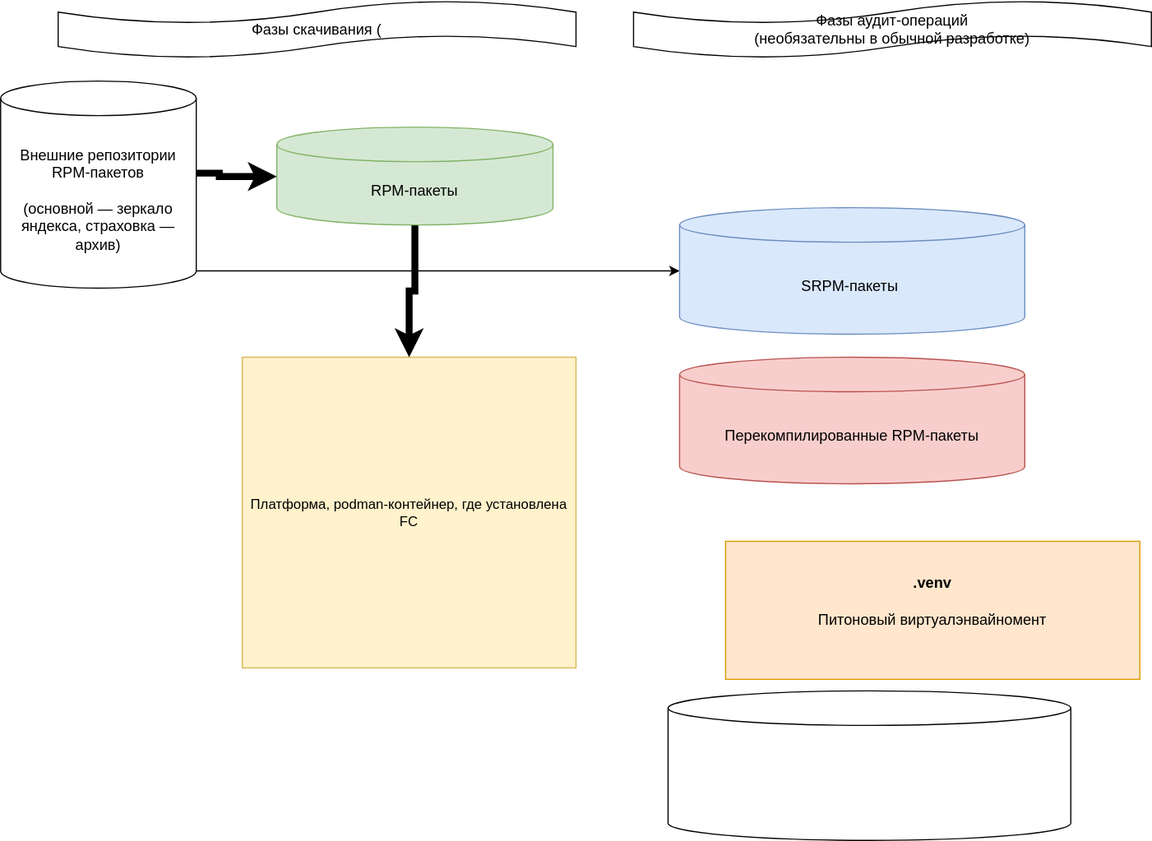
This is docs/ta-concept.drawio.svg from belonesox/terrarium_assembler, a draw.io export, as it was before one commit. Source tidied: cells renumbered, new cells last; positions are measured from the earlier drawing's top-left corner, leaving out a move shared by most shapes.
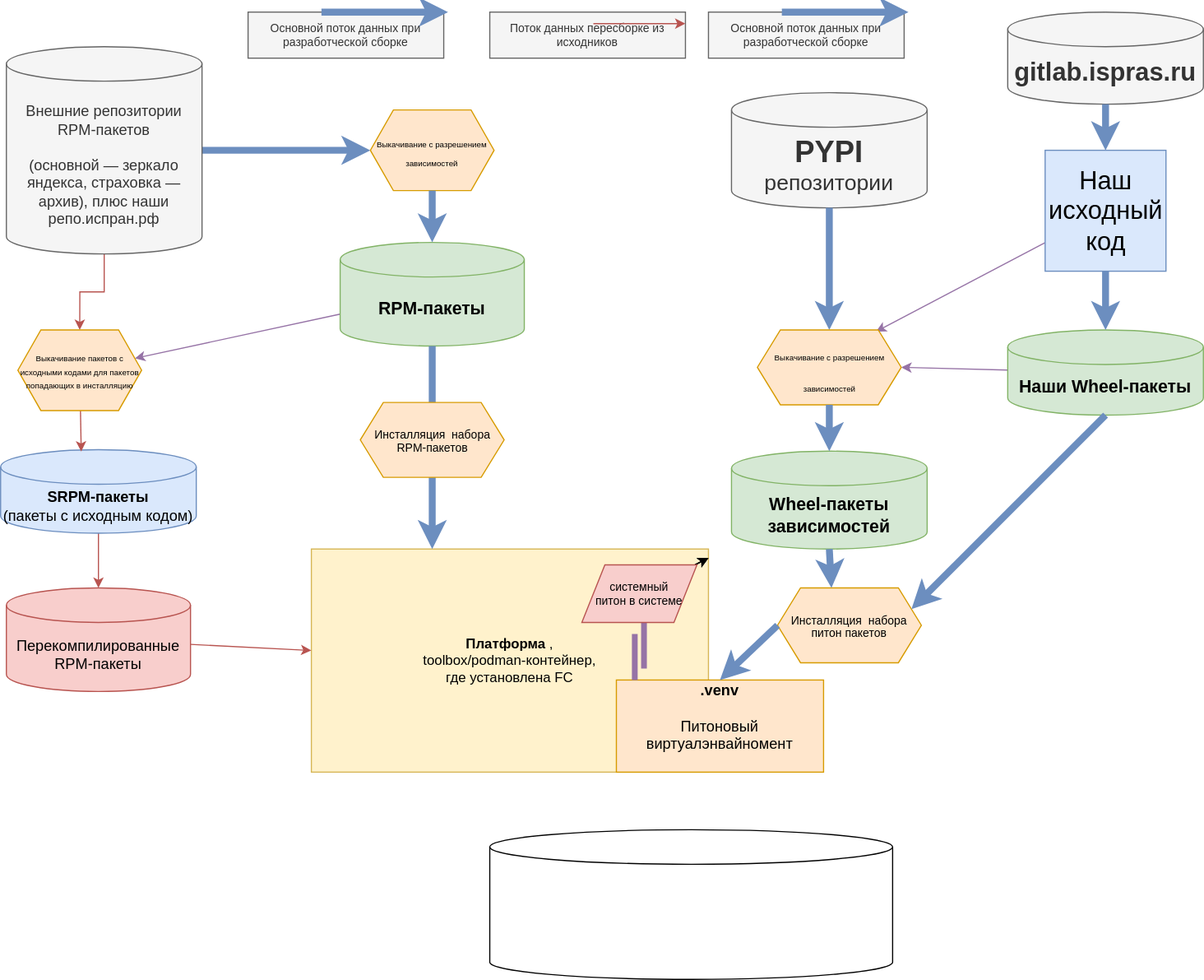
Above is the later version.

Change to the diagram source:
```diff
@@ -2,46 +2,171 @@
   <root>
     <mxCell id="0" />
     <mxCell id="1" parent="0" />
-    <mxCell id="2" value="Платформа, podman-контейнер, где установлена FC" style="rounded=0;whiteSpace=wrap;html=1;fillColor=#fff2cc;strokeColor=#d6b656;" parent="1" vertex="1">
-      <mxGeometry x="210" y="310" width="290" height="270" as="geometry" />
+    <mxCell id="2" value="&lt;font color=&quot;#000000&quot;&gt;&lt;b&gt;Платформа&lt;/b&gt;, &lt;br&gt;toolbox/podman-контейнер, &lt;br&gt;где установлена FC&lt;/font&gt;" style="rounded=0;whiteSpace=wrap;html=1;fillColor=#fff2cc;strokeColor=#d6b656;" parent="1" vertex="1">
+      <mxGeometry x="275" y="456.2" width="345" height="193.8" as="geometry" />
     </mxCell>
-    <mxCell id="3" value="&lt;span style=&quot;font-size: 13px;&quot;&gt;&lt;font style=&quot;font-size: 13px;&quot;&gt;&lt;b&gt;.venv&lt;/b&gt;&lt;br&gt;&lt;br&gt;Питоновый виртуалэнвайномент&lt;br&gt;&lt;br&gt;&lt;/font&gt;&lt;/span&gt;" style="rounded=0;whiteSpace=wrap;html=1;fillColor=#ffe6cc;strokeColor=#d79b00;" parent="1" vertex="1">
-      <mxGeometry x="630" y="470" width="360" height="120" as="geometry" />
+    <mxCell id="3" value="&lt;span style=&quot;font-size: 13px;&quot;&gt;&lt;font style=&quot;font-size: 13px;&quot;&gt;&lt;font color=&quot;#000000&quot;&gt;&lt;b&gt;.venv&lt;/b&gt;&lt;br&gt;&lt;br&gt;Питоновый виртуалэнвайномент&lt;br&gt;&lt;/font&gt;&lt;br&gt;&lt;/font&gt;&lt;/span&gt;" style="rounded=0;whiteSpace=wrap;html=1;fillColor=#ffe6cc;strokeColor=#d79b00;" parent="1" vertex="1">
+      <mxGeometry x="540" y="570" width="180" height="80" as="geometry" />
     </mxCell>
-    <mxCell id="4" style="edgeStyle=orthogonalEdgeStyle;rounded=0;jettySize=auto;html=1;fontSize=13;strokeWidth=6;" parent="1" edge="1" source="5" target="2">
-      <mxGeometry relative="1" as="geometry" />
+    <mxCell id="4" style="edgeStyle=orthogonalEdgeStyle;rounded=0;jettySize=auto;html=1;fontSize=13;strokeWidth=6;fillColor=#dae8fc;strokeColor=#6c8ebf;startArrow=none;" parent="1" edge="1" source="43" target="2">
+      <mxGeometry relative="1" as="geometry">
+        <Array as="points">
+          <mxPoint x="380" y="340" />
+          <mxPoint x="380" y="340" />
+        </Array>
+      </mxGeometry>
     </mxCell>
+    <mxCell id="14" style="edgeStyle=none;html=1;fontSize=7;fontColor=#000000;fillColor=#e1d5e7;strokeColor=#9673a6;" parent="1" edge="1" source="5" target="29">
+      <mxGeometry relative="1" as="geometry" />
+    </mxCell>
-    <mxCell id="5" value="RPM-пакеты" style="shape=cylinder3;whiteSpace=wrap;html=1;boundedLbl=1;backgroundOutline=1;size=15;fontSize=13;fillColor=#d5e8d4;strokeColor=#82b366;" parent="1" vertex="1">
-      <mxGeometry x="240" y="110" width="240" height="85" as="geometry" />
+    <mxCell id="5" value="&lt;h3&gt;&lt;font color=&quot;#000000&quot;&gt;RPM-пакеты&lt;/font&gt;&lt;/h3&gt;" style="shape=cylinder3;whiteSpace=wrap;html=1;boundedLbl=1;backgroundOutline=1;size=15;fontSize=13;fillColor=#d5e8d4;strokeColor=#82b366;" parent="1" vertex="1">
+      <mxGeometry x="300" y="190" width="160" height="90" as="geometry" />
     </mxCell>
+    <mxCell id="15" style="edgeStyle=none;html=1;fontSize=22;fontColor=#000000;fillColor=#f8cecc;strokeColor=#b85450;" parent="1" edge="1" source="6" target="2">
+      <mxGeometry relative="1" as="geometry" />
+    </mxCell>
-    <mxCell id="6" value="&lt;span style=&quot;&quot;&gt;Перекомпилированные RPM-пакеты&lt;/span&gt;" style="shape=cylinder3;whiteSpace=wrap;html=1;boundedLbl=1;backgroundOutline=1;size=15;fontSize=13;fillColor=#f8cecc;strokeColor=#b85450;" parent="1" vertex="1">
-      <mxGeometry x="590" y="310" width="300" height="110" as="geometry" />
+    <mxCell id="6" value="&lt;span style=&quot;&quot;&gt;&lt;font color=&quot;#000000&quot;&gt;Перекомпилированные RPM-пакеты&lt;/font&gt;&lt;/span&gt;" style="shape=cylinder3;whiteSpace=wrap;html=1;boundedLbl=1;backgroundOutline=1;size=15;fontSize=13;fillColor=#f8cecc;strokeColor=#b85450;" parent="1" vertex="1">
+      <mxGeometry x="10" y="490" width="160" height="90" as="geometry" />
     </mxCell>
     <mxCell id="7" style="shape=cylinder3;whiteSpace=wrap;html=1;boundedLbl=1;backgroundOutline=1;size=15;fontSize=13;" parent="1" vertex="1">
-      <mxGeometry x="580" y="600" width="350" height="130" as="geometry" />
+      <mxGeometry x="430" y="700" width="350" height="130" as="geometry" />
     </mxCell>
-    <mxCell id="8" style="edgeStyle=orthogonalEdgeStyle;rounded=0;jettySize=auto;html=1;fontSize=13;strokeWidth=6;" parent="1" edge="1" source="10" target="5">
-      <mxGeometry relative="1" as="geometry">
-        <Array as="points">
-          <mxPoint x="190" y="150" />
-          <mxPoint x="190" y="153" />
-        </Array>
-      </mxGeometry>
+    <mxCell id="8" style="edgeStyle=orthogonalEdgeStyle;rounded=0;jettySize=auto;html=1;fontSize=13;strokeWidth=6;entryX=0;entryY=0.5;entryDx=0;entryDy=0;fillColor=#dae8fc;strokeColor=#6c8ebf;" parent="1" edge="1" source="10" target="30">
+      <mxGeometry relative="1" as="geometry" />
     </mxCell>
-    <mxCell id="9" style="edgeStyle=orthogonalEdgeStyle;rounded=0;jettySize=auto;html=1;exitX=1;exitY=1;exitDx=0;exitDy=-15;exitPerimeter=0;fontSize=13;" parent="1" edge="1" source="10" target="11">
+    <mxCell id="9" style="edgeStyle=orthogonalEdgeStyle;rounded=0;jettySize=auto;html=1;exitX=0.5;exitY=1;exitDx=0;exitDy=0;exitPerimeter=0;fontSize=13;entryX=0.5;entryY=0;entryDx=0;entryDy=0;fillColor=#f8cecc;strokeColor=#b85450;" parent="1" edge="1" source="10" target="29">
       <mxGeometry relative="1" as="geometry" />
     </mxCell>
-    <mxCell id="10" value="Внешние репозитории RPM-пакетов&lt;br&gt;&lt;br&gt;(основной — зеркало яндекса, страховка — архив)" style="shape=cylinder3;whiteSpace=wrap;html=1;boundedLbl=1;backgroundOutline=1;size=15;fontSize=13;" parent="1" vertex="1">
-      <mxGeometry y="70" width="170" height="180" as="geometry" />
+    <mxCell id="10" value="Внешние репозитории RPM-пакетов&lt;br&gt;&lt;br&gt;(основной — зеркало яндекса, страховка — архив), плюс наши &lt;br&gt;репо.испран.рф" style="shape=cylinder3;whiteSpace=wrap;html=1;boundedLbl=1;backgroundOutline=1;size=15;fontSize=13;fillColor=#f5f5f5;fontColor=#333333;strokeColor=#666666;" parent="1" vertex="1">
+      <mxGeometry x="10" y="20" width="170" height="180" as="geometry" />
     </mxCell>
+    <mxCell id="16" style="edgeStyle=none;html=1;entryX=0.5;entryY=0;entryDx=0;entryDy=0;entryPerimeter=0;fontSize=19;fontColor=#000000;fillColor=#f8cecc;strokeColor=#b85450;" parent="1" edge="1" source="11" target="6">
+      <mxGeometry relative="1" as="geometry" />
+    </mxCell>
-    <mxCell id="11" value="SRPM-пакеты&amp;nbsp;" style="shape=cylinder3;whiteSpace=wrap;html=1;boundedLbl=1;backgroundOutline=1;size=15;fontSize=13;fillColor=#dae8fc;strokeColor=#6c8ebf;" parent="1" vertex="1">
-      <mxGeometry x="590" y="180" width="300" height="110" as="geometry" />
+    <mxCell id="11" value="&lt;font color=&quot;#000000&quot;&gt;&lt;b&gt;SRPM-пакеты&lt;/b&gt;&lt;br&gt;(пакеты с исходным кодом)&amp;nbsp;&lt;/font&gt;" style="shape=cylinder3;whiteSpace=wrap;html=1;boundedLbl=1;backgroundOutline=1;size=15;fontSize=13;fillColor=#dae8fc;strokeColor=#6c8ebf;" parent="1" vertex="1">
+      <mxGeometry x="5" y="370" width="170" height="72.5" as="geometry" />
     </mxCell>
-    <mxCell id="12" value="Фазы скачивания (" style="shape=tape;whiteSpace=wrap;html=1;fontSize=13;" parent="1" vertex="1">
-      <mxGeometry x="50" width="450" height="50" as="geometry" />
-    </mxCell>
-    <mxCell id="13" value="Фазы аудит-операций&lt;br&gt;(необязательны в обычной разработке)" style="shape=tape;whiteSpace=wrap;html=1;fontSize=13;" parent="1" vertex="1">
-      <mxGeometry x="550" width="450" height="50" as="geometry" />
-    </mxCell>
+    <mxCell id="17" value="&lt;font style=&quot;&quot;&gt;&lt;span style=&quot;font-weight: bold; font-size: 26px;&quot;&gt;PYPI&lt;/span&gt;&lt;br&gt;&lt;font style=&quot;font-size: 19px;&quot;&gt;репозитории&lt;/font&gt;&lt;br&gt;&lt;/font&gt;" style="shape=cylinder3;whiteSpace=wrap;html=1;boundedLbl=1;backgroundOutline=1;size=15;fontSize=13;fillColor=#f5f5f5;fontColor=#333333;strokeColor=#666666;" parent="1" vertex="1">
+      <mxGeometry x="640" y="60" width="170" height="100" as="geometry" />
+    </mxCell>
+    <mxCell id="18" value="&lt;h2&gt;&lt;font style=&quot;font-size: 22px;&quot;&gt;gitlab.ispras.ru&lt;/font&gt;&lt;/h2&gt;" style="shape=cylinder3;whiteSpace=wrap;html=1;boundedLbl=1;backgroundOutline=1;size=15;fontSize=13;fillColor=#f5f5f5;fontColor=#333333;strokeColor=#666666;" parent="1" vertex="1">
+      <mxGeometry x="880" y="-10" width="170" height="80" as="geometry" />
+    </mxCell>
+    <mxCell id="19" style="edgeStyle=none;html=1;entryX=0.824;entryY=0.023;entryDx=0;entryDy=0;entryPerimeter=0;fontSize=7;fontColor=#000000;fillColor=#e1d5e7;strokeColor=#9673a6;" parent="1" edge="1" source="20" target="27">
+      <mxGeometry relative="1" as="geometry" />
+    </mxCell>
+    <mxCell id="20" value="&lt;font color=&quot;#000000&quot;&gt;Наш исходный код&lt;/font&gt;" style="whiteSpace=wrap;html=1;fontSize=22;fillColor=#dae8fc;strokeColor=#6c8ebf;" parent="1" vertex="1">
+      <mxGeometry x="912.5" y="110" width="105" height="105" as="geometry" />
+    </mxCell>
+    <mxCell id="21" value="&lt;h3&gt;&lt;font color=&quot;#000000&quot;&gt;Wheel-пакеты &lt;br&gt;зависимостей&lt;/font&gt;&lt;/h3&gt;" style="shape=cylinder3;whiteSpace=wrap;html=1;boundedLbl=1;backgroundOutline=1;size=15;fontSize=13;fillColor=#d5e8d4;strokeColor=#82b366;" parent="1" vertex="1">
+      <mxGeometry x="640" y="371.2" width="170" height="85" as="geometry" />
+    </mxCell>
+    <mxCell id="22" style="rounded=0;jettySize=auto;html=1;fontSize=13;strokeWidth=6;entryX=0.5;entryY=0;entryDx=0;entryDy=0;fillColor=#dae8fc;strokeColor=#6c8ebf;" parent="1" edge="1" source="17" target="27">
+      <mxGeometry relative="1" as="geometry" />
+    </mxCell>
+    <mxCell id="23" style="rounded=0;jettySize=auto;html=1;fontSize=13;strokeWidth=6;exitX=0.5;exitY=1;exitDx=0;exitDy=0;exitPerimeter=0;entryX=0.5;entryY=0;entryDx=0;entryDy=0;fillColor=#dae8fc;strokeColor=#6c8ebf;" parent="1" edge="1" source="18" target="20">
+      <mxGeometry relative="1" as="geometry" />
+    </mxCell>
+    <mxCell id="24" style="edgeStyle=none;html=1;entryX=1;entryY=0.5;entryDx=0;entryDy=0;fontSize=7;fontColor=#000000;fillColor=#e1d5e7;strokeColor=#9673a6;" parent="1" edge="1" source="25" target="27">
+      <mxGeometry relative="1" as="geometry" />
+    </mxCell>
+    <mxCell id="25" value="&lt;h3&gt;&lt;font color=&quot;#000000&quot;&gt;Наши Wheel-пакеты&lt;br&gt;&lt;/font&gt;&lt;/h3&gt;" style="shape=cylinder3;whiteSpace=wrap;html=1;boundedLbl=1;backgroundOutline=1;size=15;fontSize=13;fillColor=#d5e8d4;strokeColor=#82b366;" parent="1" vertex="1">
+      <mxGeometry x="880" y="266" width="170" height="74" as="geometry" />
+    </mxCell>
+    <mxCell id="26" style="rounded=0;jettySize=auto;html=1;fontSize=13;strokeWidth=6;entryX=0.5;entryY=0;entryDx=0;entryDy=0;entryPerimeter=0;exitX=0.5;exitY=1;exitDx=0;exitDy=0;fillColor=#dae8fc;strokeColor=#6c8ebf;" parent="1" edge="1" source="20" target="25">
+      <mxGeometry relative="1" as="geometry" />
+    </mxCell>
+    <mxCell id="27" value="&lt;font style=&quot;font-size: 7px;&quot; color=&quot;#000000&quot;&gt;Выкачивание с разрешением зависимостей&lt;/font&gt;" style="shape=hexagon;perimeter=hexagonPerimeter2;whiteSpace=wrap;html=1;fixedSize=1;fontSize=22;fillColor=#ffe6cc;strokeColor=#d79b00;" parent="1" vertex="1">
+      <mxGeometry x="662.5" y="266" width="125" height="65" as="geometry" />
+    </mxCell>
+    <mxCell id="28" style="edgeStyle=none;html=1;entryX=0.412;entryY=0.023;entryDx=0;entryDy=0;entryPerimeter=0;fontSize=7;fontColor=#000000;fillColor=#f8cecc;strokeColor=#b85450;" parent="1" edge="1" source="29" target="11">
+      <mxGeometry relative="1" as="geometry" />
+    </mxCell>
+    <mxCell id="29" value="&lt;p style=&quot;line-height: 30%;&quot;&gt;&lt;font style=&quot;font-size: 7px;&quot; color=&quot;#000000&quot;&gt;Выкачивание пакетов с исходными кодами для пакетов попадающих в инсталляцию&lt;/font&gt;&lt;/p&gt;" style="shape=hexagon;perimeter=hexagonPerimeter2;whiteSpace=wrap;html=1;fixedSize=1;fontSize=22;fillColor=#ffe6cc;strokeColor=#d79b00;" parent="1" vertex="1">
+      <mxGeometry x="20" y="266" width="107.5" height="70" as="geometry" />
+    </mxCell>
+    <mxCell id="30" value="&lt;p style=&quot;line-height: 50%;&quot;&gt;&lt;font style=&quot;font-size: 7px;&quot; color=&quot;#000000&quot;&gt;Выкачивание с разрешением зависимостей&lt;/font&gt;&lt;/p&gt;" style="shape=hexagon;perimeter=hexagonPerimeter2;whiteSpace=wrap;html=1;fixedSize=1;fontSize=22;fillColor=#ffe6cc;strokeColor=#d79b00;" parent="1" vertex="1">
+      <mxGeometry x="326.2" y="75" width="107.5" height="70" as="geometry" />
+    </mxCell>
+    <mxCell id="31" style="edgeStyle=orthogonalEdgeStyle;rounded=0;jettySize=auto;html=1;fontSize=13;strokeWidth=6;exitX=0.5;exitY=1;exitDx=0;exitDy=0;entryX=0.5;entryY=0;entryDx=0;entryDy=0;entryPerimeter=0;fillColor=#dae8fc;strokeColor=#6c8ebf;" parent="1" edge="1" source="30" target="5">
+      <mxGeometry relative="1" as="geometry" />
+    </mxCell>
+    <mxCell id="32" style="rounded=0;jettySize=auto;html=1;fontSize=13;strokeWidth=6;entryX=0.5;entryY=0;entryDx=0;entryDy=0;exitX=0.5;exitY=1;exitDx=0;exitDy=0;entryPerimeter=0;fillColor=#dae8fc;strokeColor=#6c8ebf;" parent="1" edge="1" source="27" target="21">
+      <mxGeometry relative="1" as="geometry" />
+    </mxCell>
+    <mxCell id="33" value="&lt;p style=&quot;line-height: 110%; font-size: 10px;&quot;&gt;&lt;font style=&quot;font-size: 10px;&quot; color=&quot;#000000&quot;&gt;Инсталляция&amp;nbsp; набора&amp;nbsp; &lt;br&gt;питон пакетов&lt;/font&gt;&lt;/p&gt;" style="shape=hexagon;perimeter=hexagonPerimeter2;whiteSpace=wrap;html=1;fixedSize=1;fontSize=22;fillColor=#ffe6cc;strokeColor=#d79b00;" parent="1" vertex="1">
+      <mxGeometry x="680" y="490" width="125" height="65" as="geometry" />
+    </mxCell>
+    <mxCell id="34" style="rounded=0;jettySize=auto;html=1;fontSize=13;strokeWidth=6;entryX=0.375;entryY=0;entryDx=0;entryDy=0;exitX=0.5;exitY=1;exitDx=0;exitDy=0;exitPerimeter=0;fillColor=#dae8fc;strokeColor=#6c8ebf;" parent="1" edge="1" source="21" target="33">
+      <mxGeometry relative="1" as="geometry" />
+    </mxCell>
+    <mxCell id="35" style="rounded=0;jettySize=auto;html=1;fontSize=13;strokeWidth=6;entryX=1;entryY=0.25;entryDx=0;entryDy=0;exitX=0.5;exitY=1;exitDx=0;exitDy=0;exitPerimeter=0;fillColor=#dae8fc;strokeColor=#6c8ebf;" parent="1" edge="1" source="25" target="33">
+      <mxGeometry relative="1" as="geometry" />
+    </mxCell>
+    <mxCell id="36" style="rounded=0;jettySize=auto;html=1;fontSize=13;strokeWidth=6;entryX=0.5;entryY=0;entryDx=0;entryDy=0;exitX=0;exitY=0.5;exitDx=0;exitDy=0;fillColor=#dae8fc;strokeColor=#6c8ebf;" parent="1" edge="1" source="33" target="3">
+      <mxGeometry relative="1" as="geometry" />
+    </mxCell>
+    <mxCell id="37" style="edgeStyle=none;html=1;fontSize=10;fontColor=#000000;" parent="1" edge="1" source="41" target="2">
+      <mxGeometry relative="1" as="geometry" />
+    </mxCell>
+    <mxCell id="38" style="edgeStyle=none;html=1;fontSize=10;fontColor=#000000;" parent="1" edge="1" source="41" target="2">
+      <mxGeometry relative="1" as="geometry" />
+    </mxCell>
+    <mxCell id="39" style="edgeStyle=none;html=1;fontSize=10;fontColor=#000000;" parent="1" edge="1" source="41" target="2">
+      <mxGeometry relative="1" as="geometry" />
+    </mxCell>
+    <mxCell id="40" style="edgeStyle=none;html=1;entryX=0.111;entryY=0;entryDx=0;entryDy=0;entryPerimeter=0;fontSize=10;fontColor=#000000;shape=link;dashed=1;dashPattern=8 8;strokeWidth=5;fillColor=#e1d5e7;strokeColor=#9673a6;" parent="1" edge="1" source="41" target="3">
+      <mxGeometry relative="1" as="geometry" />
+    </mxCell>
+    <mxCell id="41" value="&lt;font color=&quot;#000000&quot;&gt;системный &lt;br&gt;питон в системе&lt;/font&gt;" style="shape=parallelogram;perimeter=parallelogramPerimeter;whiteSpace=wrap;html=1;fixedSize=1;fontSize=10;fillColor=#f8cecc;strokeColor=#b85450;" parent="1" vertex="1">
+      <mxGeometry x="510" y="470" width="100" height="50" as="geometry" />
+    </mxCell>
+    <mxCell id="42" style="edgeStyle=orthogonalEdgeStyle;rounded=0;jettySize=auto;html=1;fontSize=13;strokeWidth=6;fillColor=#dae8fc;strokeColor=#6c8ebf;endArrow=none;" parent="1" edge="1" source="5" target="43">
+      <mxGeometry relative="1" as="geometry" />
+    </mxCell>
+    <mxCell id="43" value="&lt;p style=&quot;line-height: 110%; font-size: 10px;&quot;&gt;&lt;font style=&quot;font-size: 10px;&quot; color=&quot;#000000&quot;&gt;Инсталляция&amp;nbsp; набора&amp;nbsp; &lt;br&gt;RPM-пакетов&lt;/font&gt;&lt;/p&gt;" style="shape=hexagon;perimeter=hexagonPerimeter2;whiteSpace=wrap;html=1;fixedSize=1;fontSize=22;fillColor=#ffe6cc;strokeColor=#d79b00;" parent="1" vertex="1">
+      <mxGeometry x="317.5" y="329" width="125" height="65" as="geometry" />
+    </mxCell>
+    <mxCell id="44" style="group;" parent="1" vertex="1">
+      <mxGeometry x="220" y="-10" width="170" height="40" as="geometry" />
+    </mxCell>
+    <mxCell id="45" value="Основной поток данных при разработческой сборке" style="rounded=0;whiteSpace=wrap;html=1;fontSize=10;fontColor=#333333;fillColor=#f5f5f5;strokeColor=#666666;" parent="44" vertex="1">
+      <mxGeometry width="170" height="40" as="geometry" />
+    </mxCell>
+    <mxCell id="46" style="edgeStyle=orthogonalEdgeStyle;rounded=0;orthogonalLoop=1;jettySize=auto;html=1;fontSize=13;strokeWidth=6;entryX=0;entryY=0.5;entryDx=0;entryDy=0;fillColor=#dae8fc;strokeColor=#6c8ebf;" parent="44" edge="1">
+      <mxGeometry relative="1" as="geometry">
+        <mxPoint x="63.8" as="sourcePoint" />
+        <mxPoint x="173.8" as="targetPoint" />
+        <Array as="points">
+          <mxPoint x="103.8" y="0.5" />
+          <mxPoint x="103.8" y="0.5" />
+        </Array>
+      </mxGeometry>
+    </mxCell>
+    <mxCell id="47" style="group;" parent="1" vertex="1">
+      <mxGeometry x="430" y="-10" width="170" height="40" as="geometry" />
+    </mxCell>
+    <mxCell id="48" value="Поток данных пересборке из исходников" style="rounded=0;whiteSpace=wrap;html=1;fontSize=10;fontColor=#333333;fillColor=#f5f5f5;strokeColor=#666666;" parent="47" vertex="1">
+      <mxGeometry width="170" height="40" as="geometry" />
+    </mxCell>
+    <mxCell id="49" style="edgeStyle=orthogonalEdgeStyle;rounded=0;orthogonalLoop=1;jettySize=auto;html=1;fontSize=13;fillColor=#f8cecc;strokeColor=#b85450;" parent="47" edge="1">
+      <mxGeometry relative="1" as="geometry">
+        <mxPoint x="90" y="10" as="sourcePoint" />
+        <mxPoint x="170" y="10" as="targetPoint" />
+      </mxGeometry>
+    </mxCell>
+    <mxCell id="50" value="Основной поток данных при разработческой сборке" style="rounded=0;whiteSpace=wrap;html=1;fontSize=10;fontColor=#333333;fillColor=#f5f5f5;strokeColor=#666666;" parent="1" vertex="1">
+      <mxGeometry x="620" y="-10" width="170" height="40" as="geometry" />
+    </mxCell>
+    <mxCell id="51" style="edgeStyle=orthogonalEdgeStyle;rounded=0;orthogonalLoop=1;jettySize=auto;html=1;fontSize=13;strokeWidth=6;entryX=0;entryY=0.5;entryDx=0;entryDy=0;fillColor=#dae8fc;strokeColor=#6c8ebf;" parent="1" edge="1">
+      <mxGeometry relative="1" as="geometry">
+        <mxPoint x="683.8" y="-10" as="sourcePoint" />
+        <mxPoint x="793.8" y="-10" as="targetPoint" />
+        <Array as="points">
+          <mxPoint x="723.8" y="-9.5" />
+          <mxPoint x="723.8" y="-9.5" />
+        </Array>
+      </mxGeometry>
+    </mxCell>
   </root>
 </mxGraphModel>
```
